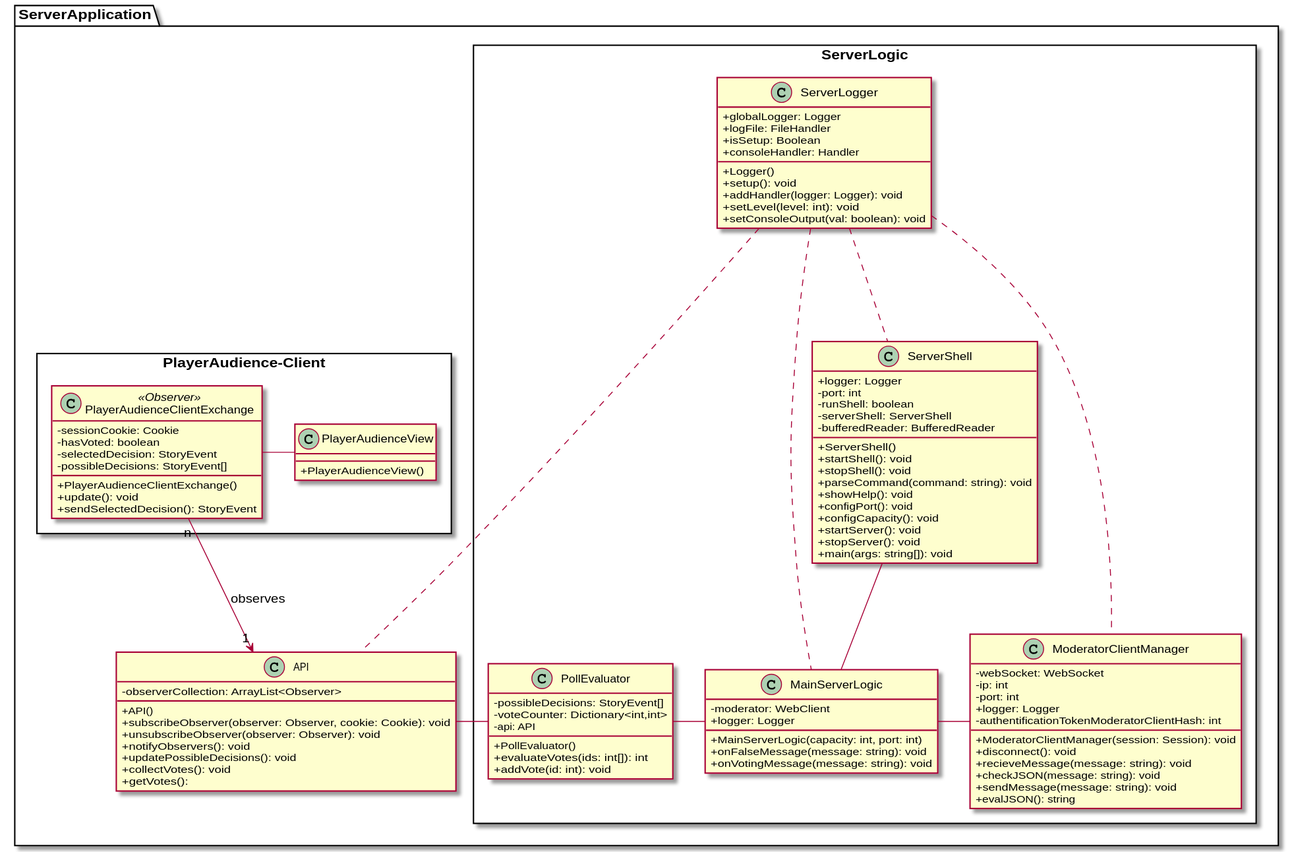
Above: Docs/Technical Specifications/docs/diagrams/ClassDiagrams/ServerClassDiagram.svg in Brotenko/QualityQuest (PlantUML), before the change.
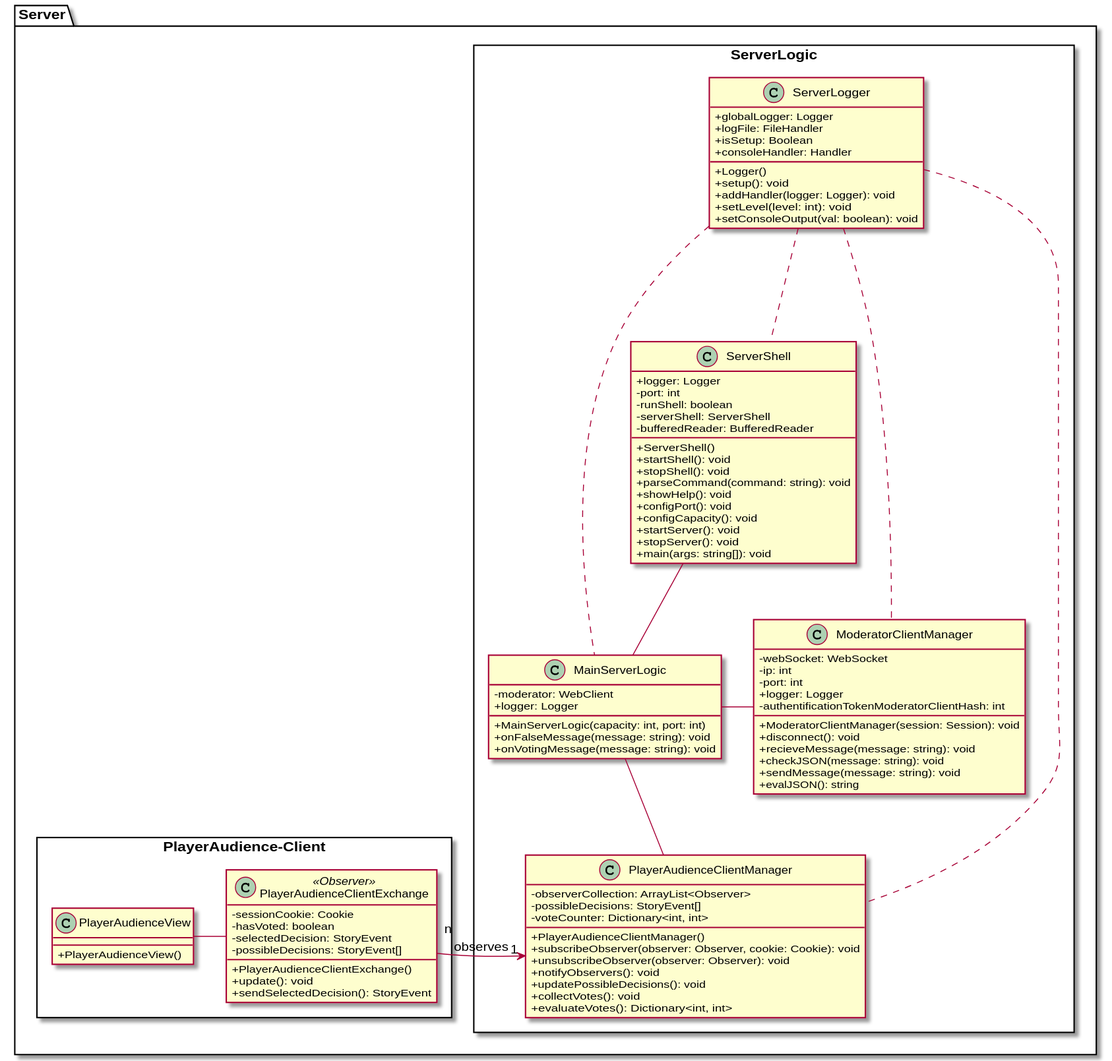
Above is the later version.

Commit message:
combined API and PollEvaluator Class, removed entry for ServerApplication

Diff of the diagram source:
```diff
@@ -1,17 +1,8 @@
 @startuml
 skinparam classAttributeIconSize 0
 
-package "ServerApplication" {
-   class "API" as api {
-        {field} -observerCollection: ArrayList<Observer>
-        {method} +API()
-        {method} +subscribeObserver(observer: Observer, cookie: Cookie): void
-        {method} +unsubscribeObserver(observer: Observer): void
-        {method} +notifyObservers(): void
-        {method} +updatePossibleDecisions(): void
-        {method} +collectVotes(): void
-        {method} +getVotes():
-  }
+package "Server" {
+
 
   package "ServerLogic" <<Rectangle>>{
     class "ServerShell" as ss {
@@ -56,13 +47,17 @@
 
     }
 
-    class "PollEvaluator" as pe {
-    {field}- possibleDecisions: StoryEvent[]
-    {field} -voteCounter: Dictionary<int,int>
-    {field} -api: API
-    {method} +PollEvaluator()
-    {method} +evaluateVotes(ids: int[]): int
-    {method} +addVote(id: int): void
+    class "PlayerAudienceClientManager" as api {
+        {field} -observerCollection: ArrayList<Observer>
+        {field} -possibleDecisions: StoryEvent[]
+        {field} -voteCounter: Dictionary<int, int>
+        {method} +PlayerAudienceClientManager()
+        {method} +subscribeObserver(observer: Observer, cookie: Cookie): void
+        {method} +unsubscribeObserver(observer: Observer): void
+        {method} +notifyObservers(): void
+        {method} +updatePossibleDecisions(): void
+        {method} +collectVotes(): void
+        {method} +evaluateVotes(): Dictionary<int, int>
   }
 
     class "ServerLogger" as sl {
@@ -94,13 +89,12 @@
   }
   ss -- msl
   msl - cm
-  msl -left- pe
-  pe -left- api
+  msl -down- api
   sl ... cm
   sl ... msl
   sl ... api
   sl ... ss
-  pace - pav
-  api "1" <-up- "n" pace : observes
+  pace -left- pav
+  api "1" <-right- "n" pace : observes
 }
 @enduml
```
